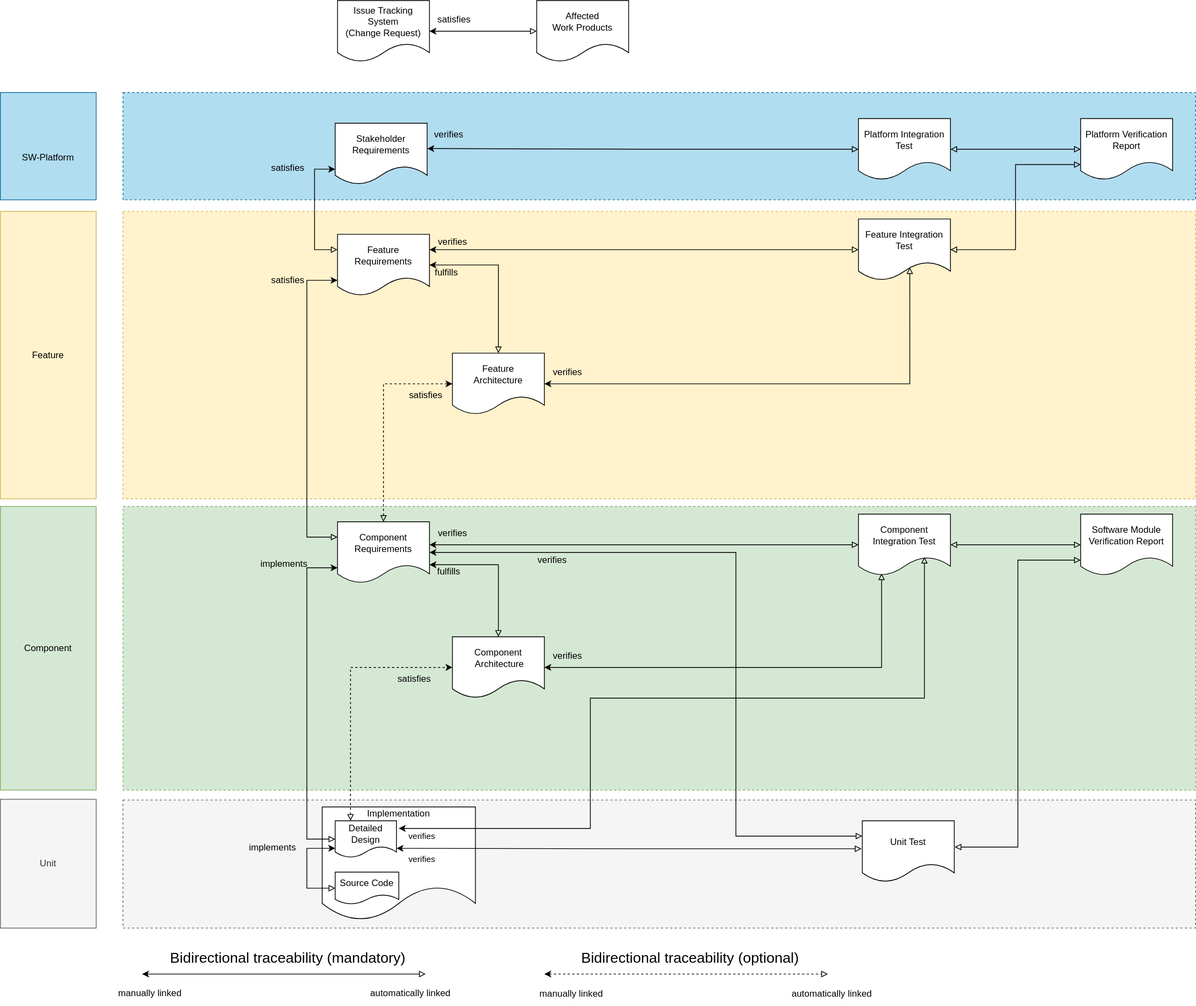
The draw.io diagram pr-654/_images/score_traceability_model_wp_overview.drawio.svg in eclipse-score/process_description, before a commit. Source tidied: cells renumbered, new cells last; positions are measured from the earlier drawing's top-left corner, leaving out a move shared by most shapes.
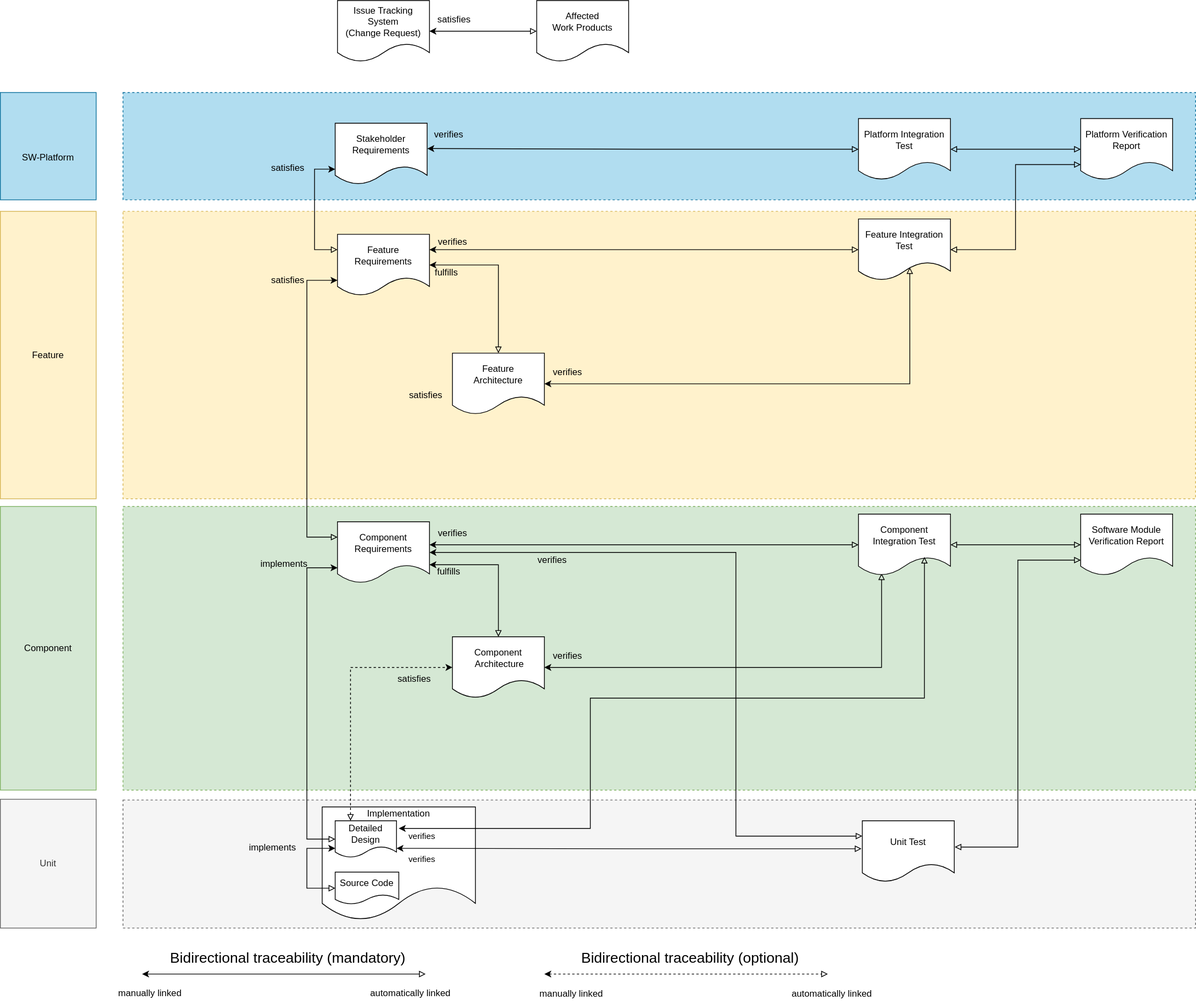
After the commit.

Diff of the diagram source:
```diff
@@ -53,11 +53,6 @@
         </Array>
       </mxGeometry>
     </mxCell>
-    <mxCell id="14" style="edgeStyle=orthogonalEdgeStyle;rounded=0;jettySize=auto;html=1;entryX=0;entryY=0.5;entryDx=0;entryDy=0;exitX=0.5;exitY=0;exitDx=0;exitDy=0;startArrow=block;startFill=0;dashed=1;" parent="1" edge="1" source="12" target="26">
-      <mxGeometry x="0.48" y="20" relative="1" as="geometry">
-        <mxPoint y="-3" as="offset" />
-      </mxGeometry>
-    </mxCell>
     <mxCell id="15" style="edgeStyle=orthogonalEdgeStyle;rounded=0;jettySize=auto;html=1;startArrow=classic;startFill=1;endArrow=block;endFill=0;entryX=0.251;entryY=0.967;entryDx=0;entryDy=0;entryPerimeter=0;" parent="1" edge="1" source="16" target="21">
       <mxGeometry relative="1" as="geometry" />
     </mxCell>
```
